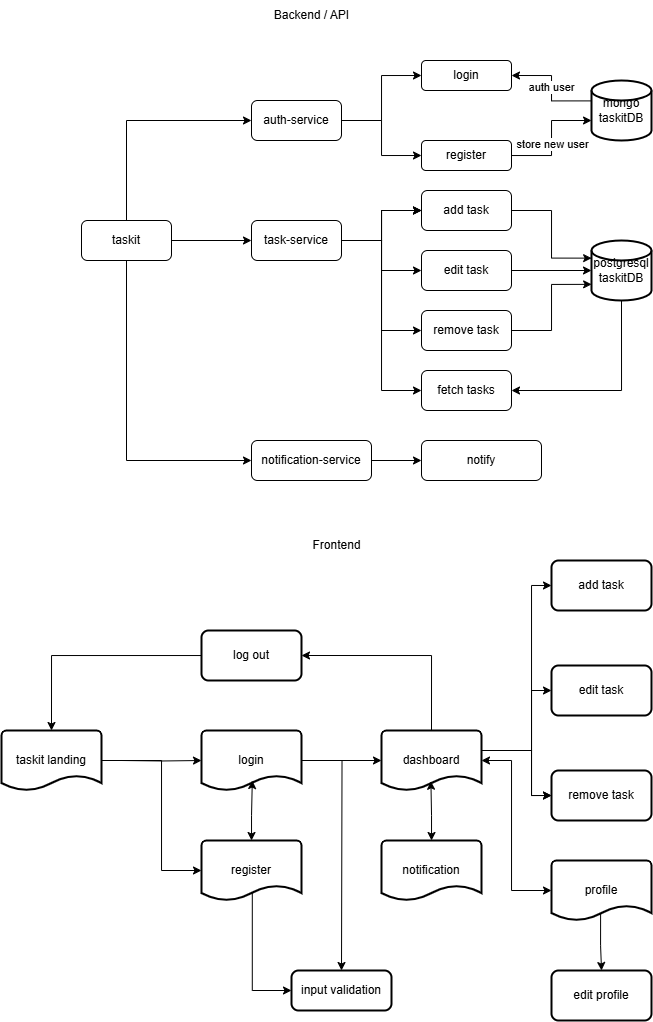
tomamac/Fullstack-TaskManager keeps this draw.io diagram as document/taskit flowchart.drawio.png. Above is the earlier version. Source tidied: cells renumbered, new cells last; positions are measured from the earlier drawing's top-left corner, leaving out a move shared by most shapes. Its diagram source:
```xml
<mxGraphModel background="light-dark(#FFFFFF,#FFFFFF)">
  <root>
    <mxCell id="0" />
    <mxCell id="1" parent="0" />
    <mxCell id="2" style="edgeStyle=orthogonalEdgeStyle;rounded=0;jettySize=auto;html=1;" parent="1" edge="1" source="5" target="8">
      <mxGeometry relative="1" as="geometry">
        <Array as="points">
          <mxPoint x="125" y="120" />
        </Array>
      </mxGeometry>
    </mxCell>
    <mxCell id="3" style="edgeStyle=orthogonalEdgeStyle;rounded=0;jettySize=auto;html=1;" parent="1" edge="1" source="5" target="15">
      <mxGeometry relative="1" as="geometry" />
    </mxCell>
    <mxCell id="4" style="edgeStyle=orthogonalEdgeStyle;rounded=0;jettySize=auto;html=1;" parent="1" edge="1" source="5" target="17">
      <mxGeometry relative="1" as="geometry">
        <Array as="points">
          <mxPoint x="125" y="460" />
        </Array>
      </mxGeometry>
    </mxCell>
    <mxCell id="5" value="taskit" style="rounded=1;whiteSpace=wrap;html=1;" parent="1" vertex="1">
      <mxGeometry x="80" y="220" width="90" height="40" as="geometry" />
    </mxCell>
    <mxCell id="6" style="edgeStyle=orthogonalEdgeStyle;rounded=0;jettySize=auto;html=1;entryX=0;entryY=0.5;entryDx=0;entryDy=0;" parent="1" edge="1" source="8" target="19">
      <mxGeometry relative="1" as="geometry" />
    </mxCell>
    <mxCell id="7" style="edgeStyle=orthogonalEdgeStyle;rounded=0;jettySize=auto;html=1;entryX=0;entryY=0.5;entryDx=0;entryDy=0;" parent="1" edge="1" source="8" target="18">
      <mxGeometry relative="1" as="geometry" />
    </mxCell>
    <mxCell id="8" value="auth-service" style="rounded=1;whiteSpace=wrap;html=1;" parent="1" vertex="1">
      <mxGeometry x="250" y="100" width="90" height="40" as="geometry" />
    </mxCell>
    <mxCell id="9" style="edgeStyle=orthogonalEdgeStyle;rounded=0;jettySize=auto;html=1;" parent="1" edge="1" source="15" target="20">
      <mxGeometry relative="1" as="geometry" />
    </mxCell>
    <mxCell id="10" style="edgeStyle=orthogonalEdgeStyle;rounded=0;jettySize=auto;html=1;" parent="1" edge="1" source="15" target="20">
      <mxGeometry relative="1" as="geometry" />
    </mxCell>
    <mxCell id="11" style="edgeStyle=orthogonalEdgeStyle;rounded=0;jettySize=auto;html=1;" parent="1" edge="1" source="15" target="20">
      <mxGeometry relative="1" as="geometry" />
    </mxCell>
    <mxCell id="12" style="edgeStyle=orthogonalEdgeStyle;rounded=0;jettySize=auto;html=1;" parent="1" edge="1" source="15" target="21">
      <mxGeometry relative="1" as="geometry" />
    </mxCell>
    <mxCell id="13" style="edgeStyle=orthogonalEdgeStyle;rounded=0;jettySize=auto;html=1;entryX=0;entryY=0.5;entryDx=0;entryDy=0;" parent="1" edge="1" source="15" target="22">
      <mxGeometry relative="1" as="geometry" />
    </mxCell>
    <mxCell id="14" style="edgeStyle=orthogonalEdgeStyle;rounded=0;jettySize=auto;html=1;entryX=0;entryY=0.5;entryDx=0;entryDy=0;" parent="1" edge="1" source="15" target="63">
      <mxGeometry relative="1" as="geometry" />
    </mxCell>
    <mxCell id="15" value="task-service" style="rounded=1;whiteSpace=wrap;html=1;" parent="1" vertex="1">
      <mxGeometry x="250" y="220" width="90" height="40" as="geometry" />
    </mxCell>
    <mxCell id="16" style="edgeStyle=orthogonalEdgeStyle;rounded=0;jettySize=auto;html=1;" parent="1" edge="1" source="17" target="23">
      <mxGeometry relative="1" as="geometry" />
    </mxCell>
    <mxCell id="17" value="notification-service" style="rounded=1;whiteSpace=wrap;html=1;" parent="1" vertex="1">
      <mxGeometry x="250" y="440" width="120" height="40" as="geometry" />
    </mxCell>
    <mxCell id="18" value="login" style="rounded=1;whiteSpace=wrap;html=1;" parent="1" vertex="1">
      <mxGeometry x="420" y="60" width="90" height="30" as="geometry" />
    </mxCell>
    <mxCell id="19" value="register" style="rounded=1;whiteSpace=wrap;html=1;" parent="1" vertex="1">
      <mxGeometry x="420" y="140" width="90" height="30" as="geometry" />
    </mxCell>
    <mxCell id="20" value="add task" style="rounded=1;whiteSpace=wrap;html=1;" parent="1" vertex="1">
      <mxGeometry x="420" y="190" width="90" height="40" as="geometry" />
    </mxCell>
    <mxCell id="21" value="edit task" style="rounded=1;whiteSpace=wrap;html=1;" parent="1" vertex="1">
      <mxGeometry x="420" y="250" width="90" height="40" as="geometry" />
    </mxCell>
    <mxCell id="22" value="remove task" style="rounded=1;whiteSpace=wrap;html=1;" parent="1" vertex="1">
      <mxGeometry x="420" y="310" width="90" height="40" as="geometry" />
    </mxCell>
    <mxCell id="23" value="notify" style="rounded=1;whiteSpace=wrap;html=1;" parent="1" vertex="1">
      <mxGeometry x="420" y="440" width="120" height="40" as="geometry" />
    </mxCell>
    <mxCell id="24" style="edgeStyle=orthogonalEdgeStyle;rounded=0;jettySize=auto;html=1;entryX=0;entryY=0.5;entryDx=0;entryDy=0;entryPerimeter=0;" parent="1" edge="1" target="30">
      <mxGeometry relative="1" as="geometry">
        <mxPoint x="120" y="760" as="sourcePoint" />
      </mxGeometry>
    </mxCell>
    <mxCell id="25" style="edgeStyle=orthogonalEdgeStyle;rounded=0;jettySize=auto;html=1;exitX=1;exitY=0.5;exitDx=0;exitDy=0;exitPerimeter=0;entryX=0;entryY=0.5;entryDx=0;entryDy=0;entryPerimeter=0;" parent="1" edge="1" source="28" target="32">
      <mxGeometry relative="1" as="geometry">
        <Array as="points">
          <mxPoint x="160" y="760" />
          <mxPoint x="160" y="870" />
        </Array>
      </mxGeometry>
    </mxCell>
    <mxCell id="26" style="edgeStyle=orthogonalEdgeStyle;rounded=0;jettySize=auto;html=1;entryX=0;entryY=0.5;entryDx=0;entryDy=0;exitX=1;exitY=0.5;exitDx=0;exitDy=0;exitPerimeter=0;entryPerimeter=0;" parent="1" edge="1" source="30" target="37">
      <mxGeometry relative="1" as="geometry" />
    </mxCell>
    <mxCell id="27" style="edgeStyle=orthogonalEdgeStyle;rounded=0;jettySize=auto;html=1;entryX=1;entryY=0.5;entryDx=0;entryDy=0;exitX=0.5;exitY=0;exitDx=0;exitDy=0;exitPerimeter=0;" parent="1" edge="1" source="37" target="38">
      <mxGeometry relative="1" as="geometry" />
    </mxCell>
    <mxCell id="28" value="taskit landing" style="strokeWidth=2;html=1;shape=mxgraph.flowchart.document2;whiteSpace=wrap;size=0.25;" parent="1" vertex="1">
      <mxGeometry y="730" width="100" height="60" as="geometry" />
    </mxCell>
    <mxCell id="29" style="edgeStyle=orthogonalEdgeStyle;rounded=0;jettySize=auto;html=1;" parent="1" edge="1" source="30">
      <mxGeometry relative="1" as="geometry">
        <mxPoint x="340" y="970" as="targetPoint" />
      </mxGeometry>
    </mxCell>
    <mxCell id="30" value="login" style="strokeWidth=2;html=1;shape=mxgraph.flowchart.document2;whiteSpace=wrap;size=0.25;" parent="1" vertex="1">
      <mxGeometry x="200" y="730" width="100" height="60" as="geometry" />
    </mxCell>
    <mxCell id="31" style="edgeStyle=orthogonalEdgeStyle;rounded=0;jettySize=auto;html=1;entryX=0;entryY=0.5;entryDx=0;entryDy=0;exitX=0.508;exitY=0.817;exitDx=0;exitDy=0;exitPerimeter=0;" parent="1" edge="1" source="32" target="47">
      <mxGeometry relative="1" as="geometry" />
    </mxCell>
    <mxCell id="32" value="register" style="strokeWidth=2;html=1;shape=mxgraph.flowchart.document2;whiteSpace=wrap;size=0.25;" parent="1" vertex="1">
      <mxGeometry x="200" y="840" width="100" height="60" as="geometry" />
    </mxCell>
    <mxCell id="33" style="edgeStyle=orthogonalEdgeStyle;rounded=0;jettySize=auto;html=1;entryX=0;entryY=0.5;entryDx=0;entryDy=0;" parent="1" edge="1" source="37" target="42">
      <mxGeometry relative="1" as="geometry">
        <Array as="points">
          <mxPoint x="530" y="750" />
          <mxPoint x="530" y="690" />
        </Array>
      </mxGeometry>
    </mxCell>
    <mxCell id="34" style="edgeStyle=orthogonalEdgeStyle;rounded=0;jettySize=auto;html=1;entryX=0;entryY=0.5;entryDx=0;entryDy=0;" parent="1" edge="1" source="37" target="41">
      <mxGeometry relative="1" as="geometry">
        <Array as="points">
          <mxPoint x="530" y="750" />
          <mxPoint x="530" y="795" />
        </Array>
      </mxGeometry>
    </mxCell>
    <mxCell id="35" style="edgeStyle=orthogonalEdgeStyle;rounded=0;jettySize=auto;html=1;" parent="1" edge="1" source="37" target="41">
      <mxGeometry relative="1" as="geometry">
        <Array as="points">
          <mxPoint x="530" y="750" />
          <mxPoint x="530" y="795" />
        </Array>
      </mxGeometry>
    </mxCell>
    <mxCell id="36" style="edgeStyle=orthogonalEdgeStyle;rounded=0;jettySize=auto;html=1;entryX=0;entryY=0.5;entryDx=0;entryDy=0;" parent="1" edge="1" source="37" target="40">
      <mxGeometry relative="1" as="geometry">
        <Array as="points">
          <mxPoint x="530" y="750" />
          <mxPoint x="530" y="585" />
        </Array>
      </mxGeometry>
    </mxCell>
    <mxCell id="37" value="dashboard" style="strokeWidth=2;html=1;shape=mxgraph.flowchart.document2;whiteSpace=wrap;size=0.25;" parent="1" vertex="1">
      <mxGeometry x="380" y="730" width="100" height="60" as="geometry" />
    </mxCell>
    <mxCell id="38" value="log out" style="rounded=1;whiteSpace=wrap;html=1;absoluteArcSize=1;arcSize=14;strokeWidth=2;" parent="1" vertex="1">
      <mxGeometry x="200" y="630" width="100" height="50" as="geometry" />
    </mxCell>
    <mxCell id="39" style="edgeStyle=orthogonalEdgeStyle;rounded=0;jettySize=auto;html=1;entryX=0.5;entryY=0;entryDx=0;entryDy=0;entryPerimeter=0;" parent="1" edge="1" source="38" target="28">
      <mxGeometry relative="1" as="geometry" />
    </mxCell>
    <mxCell id="40" value="add task" style="rounded=1;whiteSpace=wrap;html=1;absoluteArcSize=1;arcSize=14;strokeWidth=2;" parent="1" vertex="1">
      <mxGeometry x="550" y="560" width="100" height="50" as="geometry" />
    </mxCell>
    <mxCell id="41" value="remove task" style="rounded=1;whiteSpace=wrap;html=1;absoluteArcSize=1;arcSize=14;strokeWidth=2;" parent="1" vertex="1">
      <mxGeometry x="550" y="770" width="100" height="50" as="geometry" />
    </mxCell>
    <mxCell id="42" value="edit task" style="rounded=1;whiteSpace=wrap;html=1;absoluteArcSize=1;arcSize=14;strokeWidth=2;" parent="1" vertex="1">
      <mxGeometry x="550" y="665" width="100" height="50" as="geometry" />
    </mxCell>
    <mxCell id="43" value="notification" style="strokeWidth=2;html=1;shape=mxgraph.flowchart.document2;whiteSpace=wrap;size=0.25;" parent="1" vertex="1">
      <mxGeometry x="380" y="840" width="100" height="60" as="geometry" />
    </mxCell>
    <mxCell id="44" style="edgeStyle=orthogonalEdgeStyle;rounded=0;jettySize=auto;html=1;entryX=0.494;entryY=0.846;entryDx=0;entryDy=0;entryPerimeter=0;startArrow=classic;startFill=1;" parent="1" edge="1" source="43" target="37">
      <mxGeometry relative="1" as="geometry" />
    </mxCell>
    <mxCell id="45" value="Backend / API" style="text;html=1;align=center;verticalAlign=middle;strokeColor=none;fillColor=none;" parent="1" vertex="1">
      <mxGeometry x="260" width="100" height="30" as="geometry" />
    </mxCell>
    <mxCell id="46" value="Frontend" style="text;html=1;align=center;verticalAlign=middle;strokeColor=none;fillColor=none;" parent="1" vertex="1">
      <mxGeometry x="300" y="530" width="70" height="30" as="geometry" />
    </mxCell>
    <mxCell id="47" value="input validation" style="rounded=1;whiteSpace=wrap;html=1;absoluteArcSize=1;arcSize=14;strokeWidth=2;" parent="1" vertex="1">
      <mxGeometry x="290" y="970" width="100" height="40" as="geometry" />
    </mxCell>
    <mxCell id="48" style="edgeStyle=orthogonalEdgeStyle;rounded=0;jettySize=auto;html=1;entryX=0.508;entryY=0.834;entryDx=0;entryDy=0;entryPerimeter=0;startArrow=classic;startFill=1;" parent="1" edge="1" source="32" target="30">
      <mxGeometry relative="1" as="geometry" />
    </mxCell>
    <mxCell id="49" style="edgeStyle=orthogonalEdgeStyle;rounded=0;jettySize=auto;html=1;entryX=1;entryY=0.5;entryDx=0;entryDy=0;exitX=0.002;exitY=0.34;exitDx=0;exitDy=0;exitPerimeter=0;" parent="1" edge="1" source="51" target="18">
      <mxGeometry relative="1" as="geometry" />
    </mxCell>
    <mxCell id="50" value="auth user" style="edgeLabel;html=1;align=center;verticalAlign=middle;" parent="49" vertex="1">
      <mxGeometry x="0.02" relative="1" as="geometry" />
    </mxCell>
    <mxCell id="51" value="mongo&lt;div&gt;taskitDB&lt;/div&gt;" style="strokeWidth=2;html=1;shape=mxgraph.flowchart.database;whiteSpace=wrap;" parent="1" vertex="1">
      <mxGeometry x="590" y="80" width="60" height="60" as="geometry" />
    </mxCell>
    <mxCell id="52" style="edgeStyle=orthogonalEdgeStyle;rounded=0;jettySize=auto;html=1;" parent="1" edge="1" source="19">
      <mxGeometry relative="1" as="geometry">
        <mxPoint x="590" y="120" as="targetPoint" />
        <Array as="points">
          <mxPoint x="550" y="155" />
          <mxPoint x="550" y="120" />
          <mxPoint x="590" y="120" />
        </Array>
      </mxGeometry>
    </mxCell>
    <mxCell id="53" value="store new user" style="edgeLabel;html=1;align=center;verticalAlign=middle;" parent="52" vertex="1">
      <mxGeometry x="-0.1" y="-1" relative="1" as="geometry" />
    </mxCell>
    <mxCell id="54" style="edgeStyle=orthogonalEdgeStyle;rounded=0;jettySize=auto;html=1;exitDx=0;exitDy=0;exitPerimeter=0;entryDx=0;entryDy=0;exitX=0.491;exitY=0.886;" parent="1" edge="1" source="55" target="56">
      <mxGeometry relative="1" as="geometry" />
    </mxCell>
    <mxCell id="55" value="profile" style="strokeWidth=2;html=1;shape=mxgraph.flowchart.document2;whiteSpace=wrap;size=0.25;" parent="1" vertex="1">
      <mxGeometry x="550" y="860" width="100" height="60" as="geometry" />
    </mxCell>
    <mxCell id="56" value="edit profile" style="rounded=1;whiteSpace=wrap;html=1;absoluteArcSize=1;arcSize=14;strokeWidth=2;" parent="1" vertex="1">
      <mxGeometry x="550" y="970" width="100" height="50" as="geometry" />
    </mxCell>
    <mxCell id="57" style="edgeStyle=orthogonalEdgeStyle;rounded=0;jettySize=auto;html=1;entryX=1;entryY=0.5;entryDx=0;entryDy=0;entryPerimeter=0;startArrow=classic;startFill=1;" parent="1" edge="1" source="55" target="37">
      <mxGeometry relative="1" as="geometry">
        <Array as="points">
          <mxPoint x="510" y="890" />
          <mxPoint x="510" y="760" />
        </Array>
      </mxGeometry>
    </mxCell>
    <mxCell id="58" style="edgeStyle=orthogonalEdgeStyle;rounded=0;jettySize=auto;html=1;entryX=1;entryY=0.5;entryDx=0;entryDy=0;exitX=0.5;exitY=1;exitDx=0;exitDy=0;exitPerimeter=0;" parent="1" edge="1" source="59" target="63">
      <mxGeometry relative="1" as="geometry" />
    </mxCell>
    <mxCell id="59" value="postgresql&lt;div&gt;taskitDB&lt;/div&gt;" style="strokeWidth=2;html=1;shape=mxgraph.flowchart.database;whiteSpace=wrap;" parent="1" vertex="1">
      <mxGeometry x="590" y="240" width="60" height="60" as="geometry" />
    </mxCell>
    <mxCell id="60" style="edgeStyle=orthogonalEdgeStyle;rounded=0;jettySize=auto;html=1;entryX=0.002;entryY=0.294;entryDx=0;entryDy=0;entryPerimeter=0;" parent="1" edge="1" source="20" target="59">
      <mxGeometry relative="1" as="geometry" />
    </mxCell>
    <mxCell id="61" style="edgeStyle=orthogonalEdgeStyle;rounded=0;jettySize=auto;html=1;entryX=0;entryY=0.5;entryDx=0;entryDy=0;entryPerimeter=0;" parent="1" edge="1" source="21" target="59">
      <mxGeometry relative="1" as="geometry" />
    </mxCell>
    <mxCell id="62" style="edgeStyle=orthogonalEdgeStyle;rounded=0;jettySize=auto;html=1;entryX=0.002;entryY=0.731;entryDx=0;entryDy=0;entryPerimeter=0;" parent="1" edge="1" source="22" target="59">
      <mxGeometry relative="1" as="geometry" />
    </mxCell>
    <mxCell id="63" value="fetch tasks" style="rounded=1;whiteSpace=wrap;html=1;" parent="1" vertex="1">
      <mxGeometry x="420" y="370" width="90" height="40" as="geometry" />
    </mxCell>
  </root>
</mxGraphModel>
```
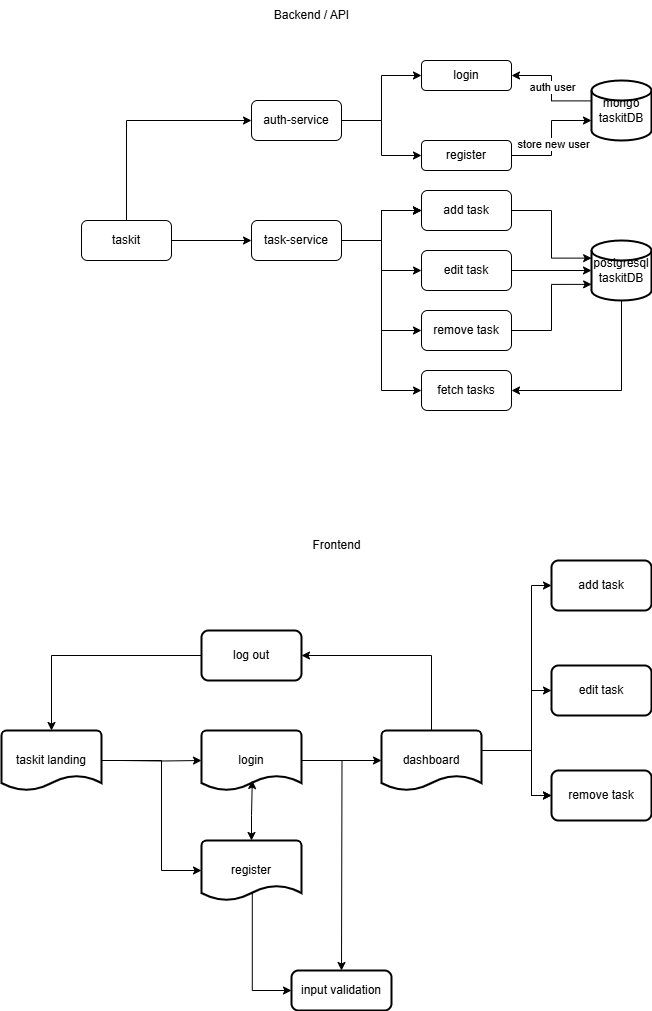
After the change.

Change to the diagram source:
```diff
@@ -12,13 +12,6 @@
     <mxCell id="3" style="edgeStyle=orthogonalEdgeStyle;rounded=0;jettySize=auto;html=1;" parent="1" edge="1" source="5" target="15">
       <mxGeometry relative="1" as="geometry" />
     </mxCell>
-    <mxCell id="4" style="edgeStyle=orthogonalEdgeStyle;rounded=0;jettySize=auto;html=1;" parent="1" edge="1" source="5" target="17">
-      <mxGeometry relative="1" as="geometry">
-        <Array as="points">
-          <mxPoint x="125" y="460" />
-        </Array>
-      </mxGeometry>
-    </mxCell>
     <mxCell id="5" value="taskit" style="rounded=1;whiteSpace=wrap;html=1;" parent="1" vertex="1">
       <mxGeometry x="80" y="220" width="90" height="40" as="geometry" />
     </mxCell>
@@ -52,12 +45,6 @@
     <mxCell id="15" value="task-service" style="rounded=1;whiteSpace=wrap;html=1;" parent="1" vertex="1">
       <mxGeometry x="250" y="220" width="90" height="40" as="geometry" />
     </mxCell>
-    <mxCell id="16" style="edgeStyle=orthogonalEdgeStyle;rounded=0;jettySize=auto;html=1;" parent="1" edge="1" source="17" target="23">
-      <mxGeometry relative="1" as="geometry" />
-    </mxCell>
-    <mxCell id="17" value="notification-service" style="rounded=1;whiteSpace=wrap;html=1;" parent="1" vertex="1">
-      <mxGeometry x="250" y="440" width="120" height="40" as="geometry" />
-    </mxCell>
     <mxCell id="18" value="login" style="rounded=1;whiteSpace=wrap;html=1;" parent="1" vertex="1">
       <mxGeometry x="420" y="60" width="90" height="30" as="geometry" />
     </mxCell>
@@ -73,9 +60,6 @@
     <mxCell id="22" value="remove task" style="rounded=1;whiteSpace=wrap;html=1;" parent="1" vertex="1">
       <mxGeometry x="420" y="310" width="90" height="40" as="geometry" />
     </mxCell>
-    <mxCell id="23" value="notify" style="rounded=1;whiteSpace=wrap;html=1;" parent="1" vertex="1">
-      <mxGeometry x="420" y="440" width="120" height="40" as="geometry" />
-    </mxCell>
     <mxCell id="24" style="edgeStyle=orthogonalEdgeStyle;rounded=0;jettySize=auto;html=1;entryX=0;entryY=0.5;entryDx=0;entryDy=0;entryPerimeter=0;" parent="1" edge="1" target="30">
       <mxGeometry relative="1" as="geometry">
         <mxPoint x="120" y="760" as="sourcePoint" />
@@ -162,12 +146,6 @@
     <mxCell id="42" value="edit task" style="rounded=1;whiteSpace=wrap;html=1;absoluteArcSize=1;arcSize=14;strokeWidth=2;" parent="1" vertex="1">
       <mxGeometry x="550" y="665" width="100" height="50" as="geometry" />
     </mxCell>
-    <mxCell id="43" value="notification" style="strokeWidth=2;html=1;shape=mxgraph.flowchart.document2;whiteSpace=wrap;size=0.25;" parent="1" vertex="1">
-      <mxGeometry x="380" y="840" width="100" height="60" as="geometry" />
-    </mxCell>
-    <mxCell id="44" style="edgeStyle=orthogonalEdgeStyle;rounded=0;jettySize=auto;html=1;entryX=0.494;entryY=0.846;entryDx=0;entryDy=0;entryPerimeter=0;startArrow=classic;startFill=1;" parent="1" edge="1" source="43" target="37">
-      <mxGeometry relative="1" as="geometry" />
-    </mxCell>
     <mxCell id="45" value="Backend / API" style="text;html=1;align=center;verticalAlign=middle;strokeColor=none;fillColor=none;" parent="1" vertex="1">
       <mxGeometry x="260" width="100" height="30" as="geometry" />
     </mxCell>
@@ -202,23 +180,6 @@
     <mxCell id="53" value="store new user" style="edgeLabel;html=1;align=center;verticalAlign=middle;" parent="52" vertex="1">
       <mxGeometry x="-0.1" y="-1" relative="1" as="geometry" />
     </mxCell>
-    <mxCell id="54" style="edgeStyle=orthogonalEdgeStyle;rounded=0;jettySize=auto;html=1;exitDx=0;exitDy=0;exitPerimeter=0;entryDx=0;entryDy=0;exitX=0.491;exitY=0.886;" parent="1" edge="1" source="55" target="56">
-      <mxGeometry relative="1" as="geometry" />
-    </mxCell>
-    <mxCell id="55" value="profile" style="strokeWidth=2;html=1;shape=mxgraph.flowchart.document2;whiteSpace=wrap;size=0.25;" parent="1" vertex="1">
-      <mxGeometry x="550" y="860" width="100" height="60" as="geometry" />
-    </mxCell>
-    <mxCell id="56" value="edit profile" style="rounded=1;whiteSpace=wrap;html=1;absoluteArcSize=1;arcSize=14;strokeWidth=2;" parent="1" vertex="1">
-      <mxGeometry x="550" y="970" width="100" height="50" as="geometry" />
-    </mxCell>
-    <mxCell id="57" style="edgeStyle=orthogonalEdgeStyle;rounded=0;jettySize=auto;html=1;entryX=1;entryY=0.5;entryDx=0;entryDy=0;entryPerimeter=0;startArrow=classic;startFill=1;" parent="1" edge="1" source="55" target="37">
-      <mxGeometry relative="1" as="geometry">
-        <Array as="points">
-          <mxPoint x="510" y="890" />
-          <mxPoint x="510" y="760" />
-        </Array>
-      </mxGeometry>
-    </mxCell>
     <mxCell id="58" style="edgeStyle=orthogonalEdgeStyle;rounded=0;jettySize=auto;html=1;entryX=1;entryY=0.5;entryDx=0;entryDy=0;exitX=0.5;exitY=1;exitDx=0;exitDy=0;exitPerimeter=0;" parent="1" edge="1" source="59" target="63">
       <mxGeometry relative="1" as="geometry" />
     </mxCell>
```
